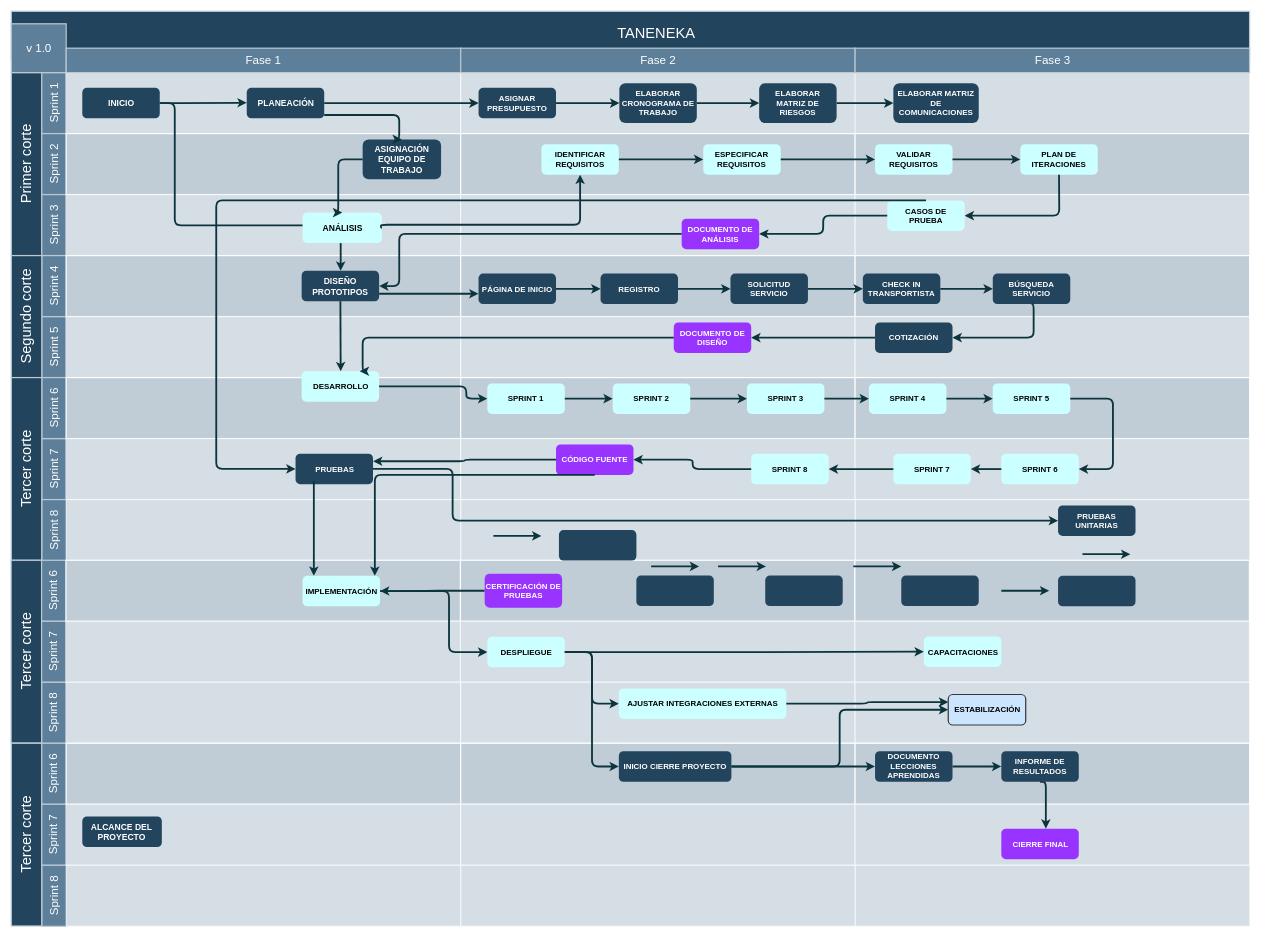
Above: src/Untitled Diagram.drawio in lilitoones/ejercicios-open-bootcamp (draw.io), before the change. Source tidied: cells renumbered, new cells numbered last; positions are measured from the earlier drawing's top-left corner, leaving out a move shared by most shapes. Both pictures are drawn from the tidied source at 61%, with x=0, y=0 at pixel (11, 11).
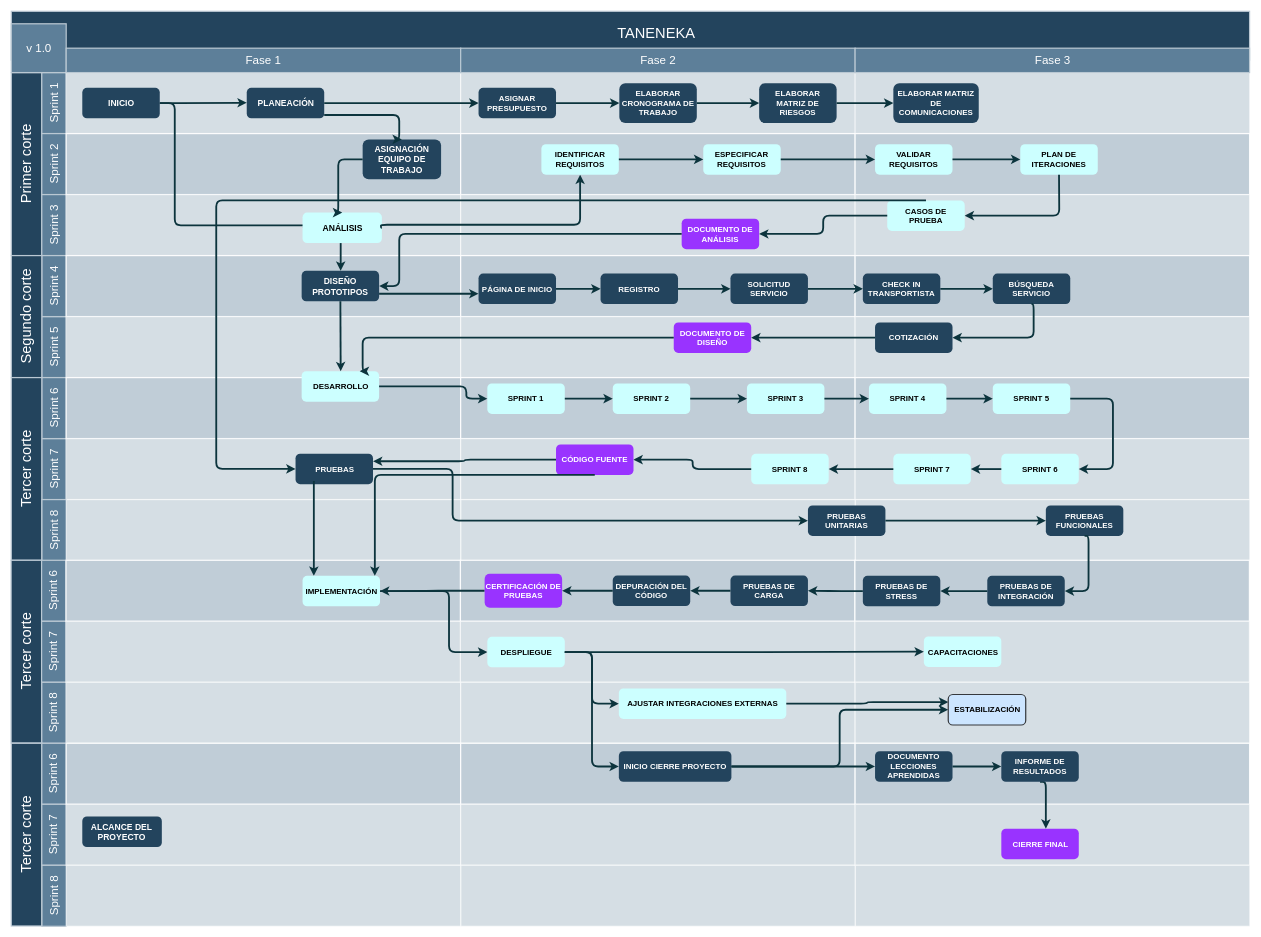
The same diagram, later.

The change refers to these unchanged cells:
```xml
<mxCell id="106" value="CERTIFICACIÓN DE PRUEBAS" style="rounded=1;fillColor=#9933FF;strokeColor=none;strokeWidth=2;fontFamily=Helvetica;html=1;gradientColor=none;fontSize=13;fontStyle=1;fontColor=#FFFFFF;whiteSpace=wrap;" parent="1" vertex="1">
  <mxGeometry x="776" y="922.2" width="127" height="55.5" as="geometry" />
</mxCell>
```

The edit, as a diff of the source:
```diff
@@
     <mxCell id="104" value="PRUEBAS UNITARIAS" style="rounded=1;fillColor=#23445D;strokeColor=none;strokeWidth=2;fontFamily=Helvetica;html=1;gradientColor=none;fontSize=13;fontStyle=1;fontColor=#FFFFFF;whiteSpace=wrap;" parent="1" vertex="1">
-      <mxGeometry x="1716" y="810" width="127" height="50" as="geometry" />
+      <mxGeometry x="1306" y="810" width="127" height="50" as="geometry" />
     </mxCell>
@@
-    <mxCell id="107" style="rounded=1;fillColor=#23445D;strokeColor=none;strokeWidth=2;gradientColor=none;fontFamily=Helvetica;html=1;fontSize=13;fontStyle=1;fontColor=#FFFFFF;whiteSpace=wrap;" parent="1" vertex="1">
-      <mxGeometry x="897.8" y="850.5" width="127" height="50" as="geometry" />
+    <mxCell id="107" value="DEPURACIÓN DEL CÓDIGO" style="rounded=1;fillColor=#23445D;strokeColor=none;strokeWidth=2;gradientColor=none;fontFamily=Helvetica;html=1;fontSize=13;fontStyle=1;fontColor=#FFFFFF;whiteSpace=wrap;" parent="1" vertex="1">
+      <mxGeometry x="986" y="925" width="127" height="50" as="geometry" />
     </mxCell>
-    <mxCell id="108" style="rounded=1;fillColor=#23445D;strokeColor=none;strokeWidth=2;gradientColor=none;fontFamily=Helvetica;html=1;fontSize=13;fontStyle=1;fontColor=#FFFFFF;whiteSpace=wrap;" parent="1" vertex="1">
-      <mxGeometry x="1024.7" y="925" width="127" height="50" as="geometry" />
+    <mxCell id="108" value="PRUEBAS DE CARGA" style="rounded=1;fillColor=#23445D;strokeColor=none;strokeWidth=2;gradientColor=none;fontFamily=Helvetica;html=1;fontSize=13;fontStyle=1;fontColor=#FFFFFF;whiteSpace=wrap;" parent="1" vertex="1">
+      <mxGeometry x="1179" y="925" width="127" height="50" as="geometry" />
     </mxCell>
@@
-    <mxCell id="166" style="rounded=1;fillColor=#23445D;strokeColor=none;strokeWidth=2;fontFamily=Helvetica;html=1;gradientColor=none;fontSize=13;fontStyle=1;fontColor=#FFFFFF;whiteSpace=wrap;" parent="1" vertex="1">
-      <mxGeometry x="1236" y="925" width="127" height="50" as="geometry" />
+    <mxCell id="166" value="PRUEBAS DE STRESS" style="rounded=1;fillColor=#23445D;strokeColor=none;strokeWidth=2;fontFamily=Helvetica;html=1;gradientColor=none;fontSize=13;fontStyle=1;fontColor=#FFFFFF;whiteSpace=wrap;" parent="1" vertex="1">
+      <mxGeometry x="1396" y="925.5" width="127" height="50" as="geometry" />
     </mxCell>
-    <mxCell id="167" style="rounded=1;fillColor=#23445D;strokeColor=none;strokeWidth=2;fontFamily=Helvetica;html=1;gradientColor=none;fontSize=13;fontStyle=1;fontColor=#FFFFFF;whiteSpace=wrap;" parent="1" vertex="1">
-      <mxGeometry x="1459" y="925" width="127" height="50" as="geometry" />
+    <mxCell id="167" value="PRUEBAS DE INTEGRACIÓN" style="rounded=1;fillColor=#23445D;strokeColor=none;strokeWidth=2;fontFamily=Helvetica;html=1;gradientColor=none;fontSize=13;fontStyle=1;fontColor=#FFFFFF;whiteSpace=wrap;" parent="1" vertex="1">
+      <mxGeometry x="1600" y="925.5" width="127" height="50" as="geometry" />
     </mxCell>
-    <mxCell id="168" style="rounded=1;fillColor=#23445D;strokeColor=none;strokeWidth=2;fontFamily=Helvetica;html=1;gradientColor=none;fontSize=13;fontStyle=1;fontColor=#FFFFFF;whiteSpace=wrap;" parent="1" vertex="1">
-      <mxGeometry x="1716" y="925.5" width="127" height="50" as="geometry" />
+    <mxCell id="168" value="PRUEBAS FUNCIONALES" style="rounded=1;fillColor=#23445D;strokeColor=none;strokeWidth=2;fontFamily=Helvetica;html=1;gradientColor=none;fontSize=13;fontStyle=1;fontColor=#FFFFFF;whiteSpace=wrap;" parent="1" vertex="1">
+      <mxGeometry x="1696" y="810" width="127" height="50" as="geometry" />
     </mxCell>
-    <mxCell id="169" style="edgeStyle=elbowEdgeStyle;elbow=horizontal;strokeWidth=3;strokeColor=#0C343D;fontFamily=Helvetica;html=1;" parent="1" edge="1">
-      <mxGeometry x="855.1" y="1085.5" as="geometry">
-        <mxPoint x="1756" y="890" as="sourcePoint" />
-        <mxPoint x="1834.6" y="890" as="targetPoint" />
-      </mxGeometry>
+    <mxCell id="169" style="edgeStyle=elbowEdgeStyle;elbow=horizontal;strokeWidth=3;strokeColor=#0C343D;fontFamily=Helvetica;html=1;exitX=1;exitY=0.5;exitDx=0;exitDy=0;" parent="1" edge="1" source="104" target="168">
+      <mxGeometry x="855.1" y="1085.5" as="geometry" />
     </mxCell>
-    <mxCell id="170" style="edgeStyle=elbowEdgeStyle;elbow=horizontal;strokeWidth=3;strokeColor=#0C343D;fontFamily=Helvetica;html=1;" parent="1" edge="1">
+    <mxCell id="170" style="edgeStyle=elbowEdgeStyle;elbow=horizontal;strokeWidth=3;strokeColor=#0C343D;fontFamily=Helvetica;html=1;exitX=0.5;exitY=1;exitDx=0;exitDy=0;entryX=1;entryY=0.5;entryDx=0;entryDy=0;" parent="1" edge="1" source="168" target="167">
       <mxGeometry x="722.1" y="1145.5" as="geometry">
-        <mxPoint x="1623" y="950" as="sourcePoint" />
-        <mxPoint x="1701.6" y="950" as="targetPoint" />
+        <Array as="points">
+          <mxPoint x="1766" y="910" />
+          <mxPoint x="1796" y="920" />
+        </Array>
       </mxGeometry>
     </mxCell>
-    <mxCell id="171" style="edgeStyle=elbowEdgeStyle;elbow=horizontal;strokeWidth=3;strokeColor=#0C343D;fontFamily=Helvetica;html=1;" parent="1" edge="1">
-      <mxGeometry x="479.4" y="1105.5" as="geometry">
-        <mxPoint x="1380.4" y="910" as="sourcePoint" />
-        <mxPoint x="1459" y="910" as="targetPoint" />
-      </mxGeometry>
+    <mxCell id="171" style="edgeStyle=elbowEdgeStyle;elbow=horizontal;strokeWidth=3;strokeColor=#0C343D;fontFamily=Helvetica;html=1;exitX=0;exitY=0.5;exitDx=0;exitDy=0;entryX=1;entryY=0.5;entryDx=0;entryDy=0;" parent="1" edge="1" source="167" target="166">
+      <mxGeometry x="479.4" y="1105.5" as="geometry" />
     </mxCell>
-    <mxCell id="172" style="edgeStyle=elbowEdgeStyle;elbow=horizontal;strokeWidth=3;strokeColor=#0C343D;fontFamily=Helvetica;html=1;" parent="1" edge="1">
-      <mxGeometry x="257.7" y="1105.5" as="geometry">
-        <mxPoint x="1158.6" y="910" as="sourcePoint" />
-        <mxPoint x="1237.2" y="910" as="targetPoint" />
-      </mxGeometry>
+    <mxCell id="172" style="edgeStyle=elbowEdgeStyle;elbow=horizontal;strokeWidth=3;strokeColor=#0C343D;fontFamily=Helvetica;html=1;exitX=0;exitY=0.5;exitDx=0;exitDy=0;entryX=1;entryY=0.5;entryDx=0;entryDy=0;" parent="1" edge="1" source="166" target="108">
+      <mxGeometry x="257.7" y="1105.5" as="geometry" />
     </mxCell>
-    <mxCell id="173" style="edgeStyle=elbowEdgeStyle;elbow=horizontal;strokeWidth=3;strokeColor=#0C343D;fontFamily=Helvetica;html=1;" parent="1" edge="1">
-      <mxGeometry x="148" y="1105.5" as="geometry">
-        <mxPoint x="1048.9" y="910" as="sourcePoint" />
-        <mxPoint x="1127.6" y="910" as="targetPoint" />
-      </mxGeometry>
+    <mxCell id="173" style="edgeStyle=elbowEdgeStyle;elbow=horizontal;strokeWidth=3;strokeColor=#0C343D;fontFamily=Helvetica;html=1;exitX=0;exitY=0.5;exitDx=0;exitDy=0;entryX=1;entryY=0.5;entryDx=0;entryDy=0;" parent="1" edge="1" source="108" target="107">
+      <mxGeometry x="148" y="1105.5" as="geometry" />
     </mxCell>
-    <mxCell id="174" style="edgeStyle=elbowEdgeStyle;elbow=horizontal;strokeWidth=3;strokeColor=#0C343D;fontFamily=Helvetica;html=1;" parent="1" edge="1">
-      <mxGeometry x="-110.6" y="1055.5" as="geometry">
-        <mxPoint x="790.3" y="860" as="sourcePoint" />
-        <mxPoint x="869" y="860" as="targetPoint" />
-      </mxGeometry>
-    </mxCell>
+    <mxCell id="175" style="edgeStyle=elbowEdgeStyle;elbow=horizontal;strokeWidth=3;strokeColor=#0C343D;fontFamily=Helvetica;html=1;entryX=1;entryY=0.5;entryDx=0;entryDy=0;exitX=0;exitY=0.5;exitDx=0;exitDy=0;" parent="1" edge="1" source="107" target="106">
+      <mxGeometry x="-110.6" y="1065.5" as="geometry" />
+    </mxCell>
```
